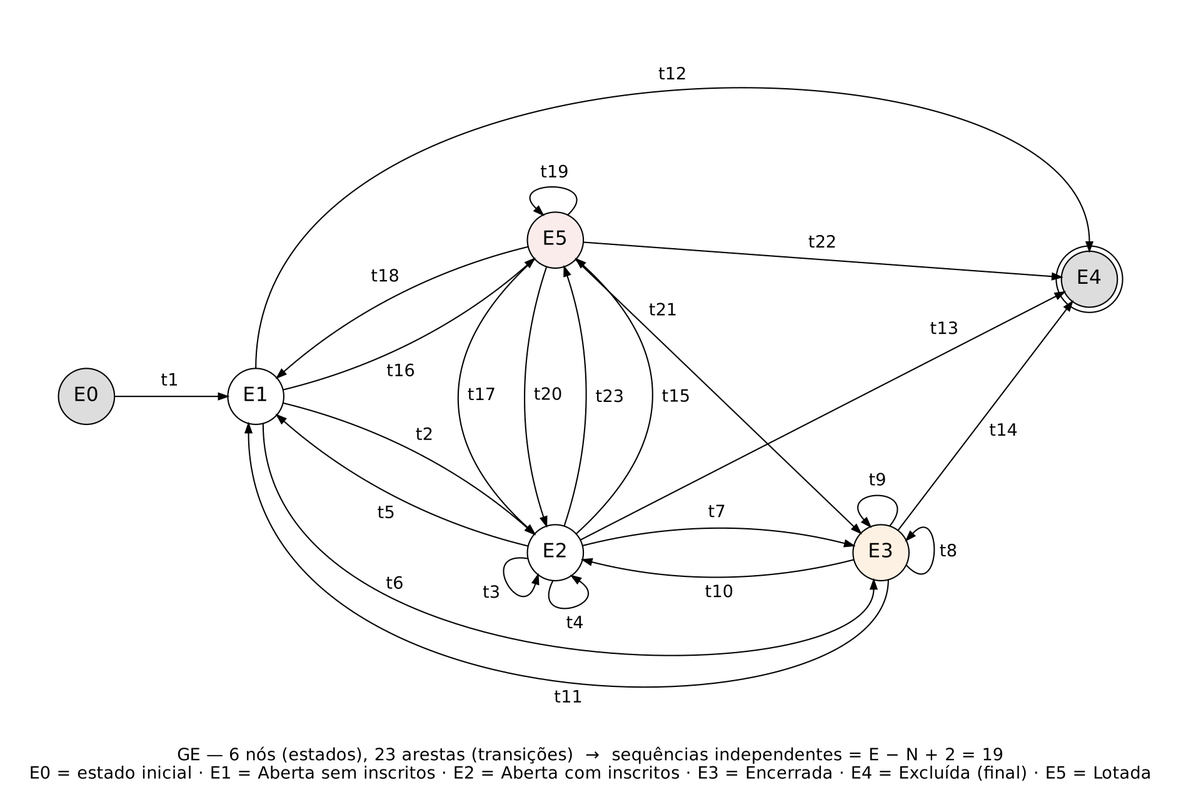
Before: qualidade/diagramas/ex05_ge.png, a diagram exported from Graphviz (Conecta-Vida/Conecta-Vida-Mobile). Its source is kept beside it as qualidade/diagramas/ex05_ge.dot.
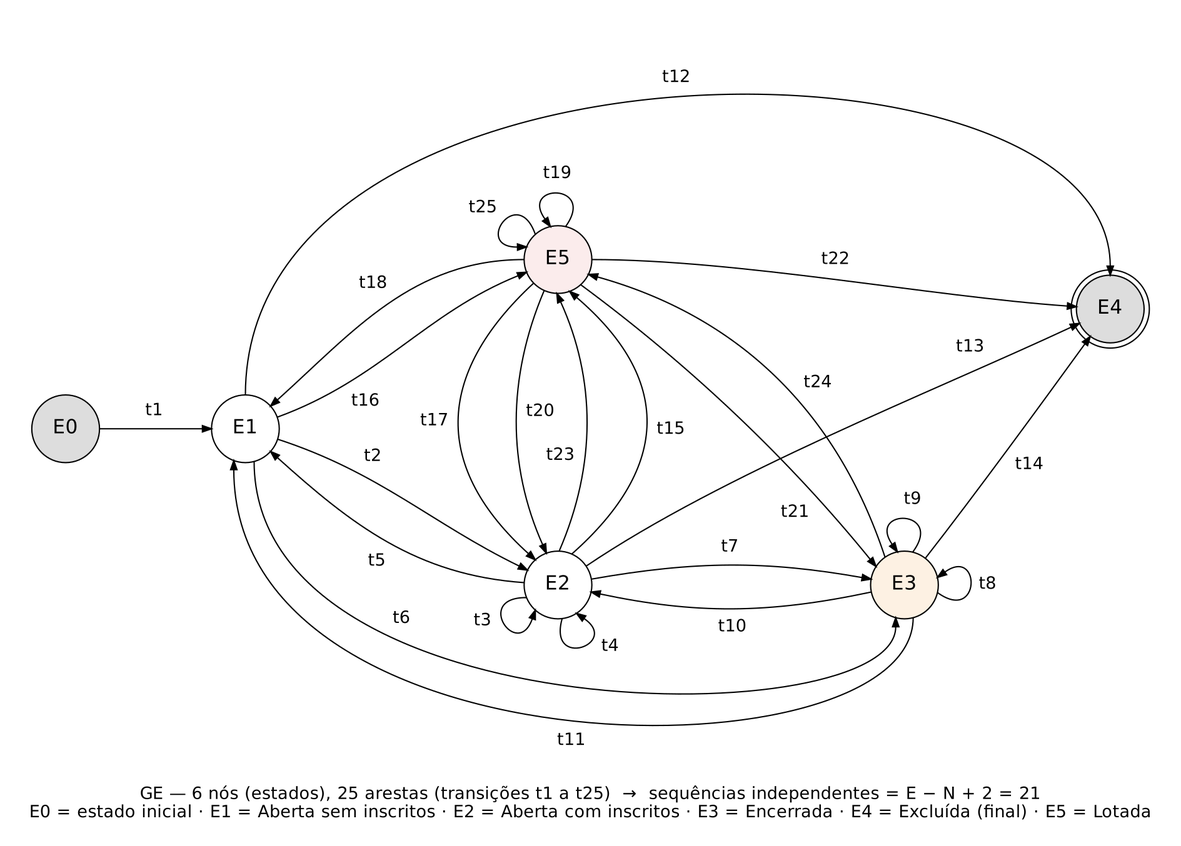
Later version of the same file.

Change to the diagram source:
```diff
@@ -1,35 +1,37 @@
 digraph ge {
-  graph [layout=nop2, fontname="DejaVu Sans", fontsize=13, pad=0.2, labelloc=b,
-         label="GE — 6 nós (estados), 23 arestas (transições)  →  sequências independentes = E − N + 2 = 19\nE0 = estado inicial · E1 = Aberta sem inscritos · E2 = Aberta com inscritos · E3 = Encerrada · E4 = Excluída (final) · E5 = Lotada"];
-  node  [shape=circle, fontname="DejaVu Sans", fontsize=15, width=0.60, fixedsize=true, style=filled, fillcolor="#ffffff"];
+  graph [layout=nop2, fontname="DejaVu Sans", fontsize=13, pad=0.2, dpi=150, labelloc=b,
+         label="GE — 6 nós (estados), 25 arestas (transições t1 a t25)  →  sequências independentes = E − N + 2 = 21\nE0 = estado inicial · E1 = Aberta sem inscritos · E2 = Aberta com inscritos · E3 = Encerrada · E4 = Excluída (final) · E5 = Lotada"];
+  node  [shape=circle, fontname="DejaVu Sans", fontsize=15, width=0.722, fixedsize=true, style=filled, fillcolor="#ffffff"];
   edge  [fontname="DejaVu Sans", fontsize=13, arrowsize=0.7];
   E0 [pos="40.0,270.0", fillcolor="#dddddd"];
-  E1 [pos="170.0,270.0"];
-  E2 [pos="400.0,150.0"];
-  E3 [pos="650.0,150.0", fillcolor="#fdf1e3"];
-  E4 [pos="810.0,360.0", shape=doublecircle, fillcolor="#dddddd"];
-  E5 [pos="400.0,390.0", fillcolor="#fbecec"];
-  E0 -> E1 [label="t1", pos="e,148.4,270.0 61.6,270.0 90.5,270.0 119.5,270.0 141.4,270.0", lp="104.1,281.8"];
-  E1 -> E2 [label="t2", pos="e,383.8,164.3 191.0,264.9 263.5,247.2 327.8,213.7 378.6,168.9", lp="299.7,240.0"];
-  E2 -> E2 [label="t3", pos="e,386.7,133.0 378.9,145.5 338.4,152.1 374.9,93.7 384.7,126.3", lp="351.1,118.8"];
-  E2 -> E2 [label="t4", pos="e,412.4,132.3 398.1,128.5 379.9,91.8 446.5,109.6 418.2,128.4", lp="415.2,95.4"];
-  E2 -> E1 [label="t5", pos="e,186.2,255.7 379.0,155.1 306.5,172.8 242.2,206.3 191.4,251.1", lp="270.3,180.0"];
-  E1 -> E3 [label="t6", pos="e,644.4,129.1 175.6,249.1 175.6,40.0 644.4,40.0 644.4,122.1", lp="276.9,125.8"];
-  E2 -> E3 [label="t7", pos="e,629.1,155.4 420.9,155.4 490.3,173.1 559.7,173.1 622.3,157.1", lp="524.2,180.7"];
-  E3 -> E3 [label="t8", pos="e,669.4,159.5 669.4,140.5 697.2,110.4 697.2,189.6 674.2,164.6", lp="701.9,150.6"];
-  E3 -> E3 [label="t9", pos="e,641.9,170.0 656.7,170.5 682.6,202.2 613.8,199.8 637.1,175.1", lp="647.5,205.1"];
-  E3 -> E2 [label="t10", pos="e,420.9,144.6 629.1,144.6 559.7,126.9 490.3,126.9 427.7,142.9", lp="525.8,119.3"];
-  E3 -> E1 [label="t11", pos="e,164.4,249.1 655.6,129.1 655.6,5.0 164.4,5.0 164.4,242.1", lp="410.0,38.4"];
-  E1 -> E4 [label="t12", pos="e,810.0,381.6 170.0,291.6 170.0,560.0 810.0,560.0 810.0,388.6", lp="490.0,516.8"];
-  E2 -> E4 [label="t13", pos="e,790.8,350.2 419.2,159.8 543.1,223.3 666.9,286.7 784.5,347.0", lp="698.6,321.4"];
-  E3 -> E4 [label="t14", pos="e,796.9,342.8 663.1,167.2 707.7,225.7 752.3,284.3 792.7,337.3", lp="744.1,243.2"];
-  E2 -> E5 [label="t15", pos="e,416.0,375.5 416.0,164.5 493.3,234.8 493.3,305.2 421.2,370.8", lp="492.7,269.4"];
-  E1 -> E5 [label="t16", pos="e,383.8,375.7 191.0,275.1 263.5,292.8 327.8,326.3 378.6,371.1", lp="281.4,289.0"];
-  E5 -> E2 [label="t17", pos="e,384.0,164.5 384.0,375.5 306.7,305.2 306.7,234.8 378.8,169.2", lp="343.5,270.6"];
-  E5 -> E1 [label="t18", pos="e,186.2,284.3 379.0,384.9 306.5,367.2 242.2,333.7 191.4,288.9", lp="269.4,361.7"];
-  E5 -> E5 [label="t19", pos="e,390.5,409.4 409.5,409.4 439.6,437.2 360.4,437.2 385.4,414.2", lp="399.4,441.6"];
-  E5 -> E2 [label="t20", pos="e,393.2,170.5 393.2,369.5 371.1,303.2 371.1,236.8 391.0,177.1", lp="394.4,270.8"];
-  E5 -> E3 [label="t21", pos="e,634.4,165.0 415.6,375.0 488.5,305.0 561.5,235.0 629.4,169.8", lp="482.7,335.6"];
-  E5 -> E4 [label="t22", pos="e,788.5,361.6 421.5,388.4 543.8,379.5 666.2,370.5 781.5,362.1", lp="605.1,387.7"];
-  E2 -> E5 [label="t23", pos="e,406.8,369.5 406.8,170.5 428.9,236.8 428.9,303.2 409.0,362.9", lp="441.8,269.2"];
+  E1 [pos="178.0,270.0"];
+  E2 [pos="418.0,150.0"];
+  E3 [pos="684.0,150.0", fillcolor="#fdf1e3"];
+  E4 [pos="842.0,362.0", shape=doublecircle, fillcolor="#dddddd"];
+  E5 [pos="418.0,400.0", fillcolor="#fbecec"];
+  E0 -> E1 [label="t1", pos="e,152.0,270.0 66.0,270.0 91.8,270.0 126.2,270.0 145.0,270.0", lp="108.1,283.8"];
+  E1 -> E2 [label="t2", pos="e,394.6,161.4 202.7,262.0 281.0,236.5 320.6,197.5 388.3,164.5", lp="276.0,248.7"];
+  E2 -> E2 [label="t3", pos="e,400.6,130.7 393.9,140.3 352.6,140.8 387.0,91.7 398.3,124.1", lp="360.2,122.5"];
+  E2 -> E2 [label="t4", pos="e,432.2,128.2 421.2,124.2 410.0,84.5 466.3,105.0 437.9,124.3", lp="458.2,102.8"];
+  E2 -> E1 [label="t5", pos="e,197.3,252.6 392.1,151.8 308.9,157.6 259.2,196.8 202.5,247.9", lp="279.1,168.3"];
+  E1 -> E3 [label="t6", pos="e,677.3,124.9 184.7,244.9 184.7,35.0 677.3,35.0 677.3,117.9", lp="298.0,124.2"];
+  E2 -> E3 [label="t7", pos="e,658.4,154.5 443.6,154.5 524.0,168.7 578.0,168.7 651.5,155.7", lp="550.1,179.1"];
+  E3 -> E3 [label="t8", pos="e,709.3,155.8 709.3,144.2 742.8,120.0 742.8,180.0 715.0,159.9", lp="748.0,150.5"];
+  E3 -> E3 [label="t9", pos="e,678.6,175.4 690.3,175.2 715.0,208.3 655.1,209.3 674.6,181.2", lp="690.4,215.7"];
+  E3 -> E2 [label="t10", pos="e,443.4,144.6 658.6,144.6 578.6,127.6 523.4,127.6 450.3,143.1", lp="551.9,117.8"];
+  E3 -> E1 [label="t11", pos="e,169.1,245.6 690.7,124.9 690.7,0.0 169.1,0.0 169.1,238.6", lp="428.3,30.5"];
+  E1 -> E4 [label="t12", pos="e,842.0,388.0 178.0,296.0 178.0,585.0 842.0,585.0 842.0,395.0", lp="508.9,539.8"];
+  E2 -> E4 [label="t13", pos="e,818.4,351.0 439.6,164.5 544.6,235.4 703.6,297.5 812.1,348.1", lp="734.5,332.8"];
+  E3 -> E4 [label="t14", pos="e,826.7,341.0 700.0,170.5 739.2,220.7 789.3,289.4 822.6,335.3", lp="779.9,242.4"];
+  E2 -> E5 [label="t15", pos="e,426.9,375.6 428.6,173.8 505.3,241.7 504.8,308.9 432.2,371.0", lp="504.7,269.6"];
+  E1 -> E5 [label="t16", pos="e,393.9,390.3 202.4,278.9 281.5,307.7 315.9,358.7 387.4,387.6", lp="270.2,291.2"];
+  E5 -> E2 [label="t17", pos="e,400.6,169.3 399.3,381.9 322.4,310.6 322.8,239.7 395.4,174.0", lp="323.1,276.1"];
+  E5 -> E1 [label="t18", pos="e,197.3,287.4 392.0,400.0 306.5,400.0 260.8,344.6 202.5,292.1", lp="276.1,381.6"];
+  E5 -> E5 [label="t19", pos="e,412.2,425.3 423.8,425.3 448.0,458.8 388.0,458.8 408.1,431.0", lp="417.5,466.0"];
+  E5 -> E2 [label="t20", pos="e,409.1,174.4 407.4,376.2 378.7,308.7 379.2,241.5 406.3,180.8", lp="404.4,283.2"];
+  E5 -> E3 [label="t21", pos="e,662.2,164.2 435.4,380.7 520.2,318.1 595.8,246.0 657.8,169.6", lp="600.0,205.7"];
+  E5 -> E4 [label="t22", pos="e,816.1,363.8 444.0,400.0 556.1,400.0 704.2,371.6 809.1,364.3", lp="631.1,400.0"];
+  E2 -> E5 [label="t23", pos="e,417.1,374.0 418.9,176.0 447.6,242.3 447.0,308.3 420.0,367.6", lp="419.9,249.5"];
+  E3 -> E5 [label="t24", pos="e,441.4,388.6 669.1,171.3 631.8,284.2 555.9,356.7 448.1,386.7", lp="617.5,305.3"];
+  E5 -> E5 [label="t25", pos="e,393.9,409.7 400.6,419.3 387.0,458.3 352.6,409.2 386.9,409.6", lp="360.4,439.7"];
 }
```
